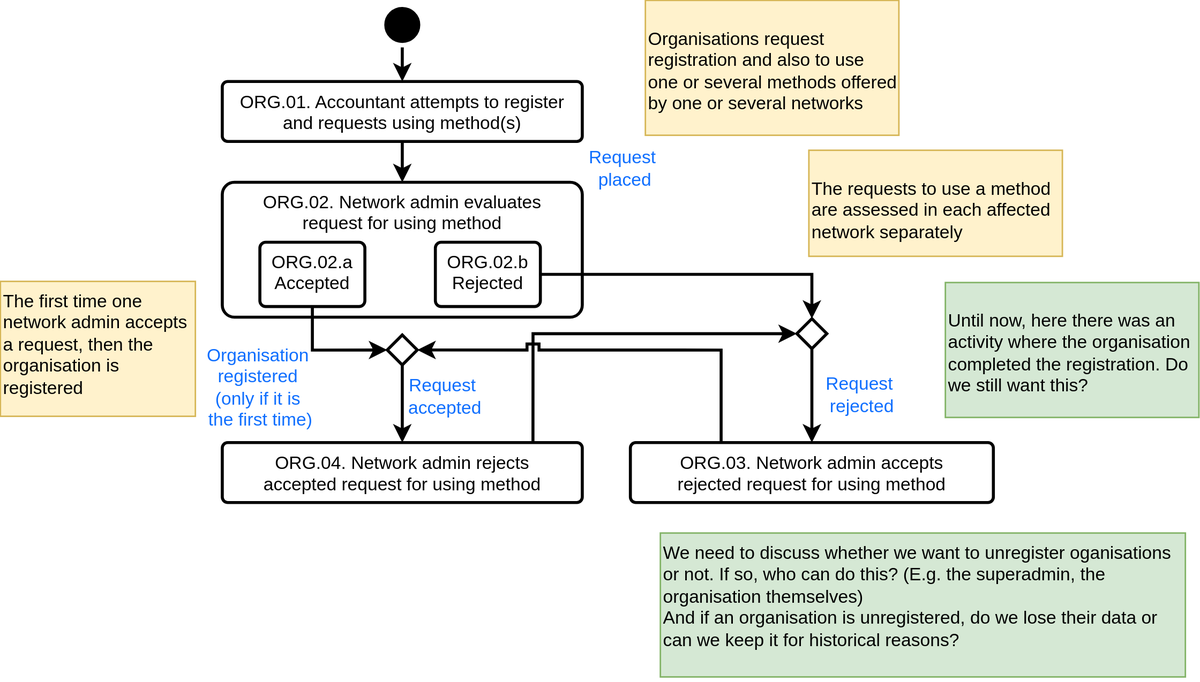
Before: Process/ProcessORG.svg, a diagram exported from draw.io (Show-your-Heart/ShowYourHeart-docs). Source tidied: cells renumbered, new cells last; positions are measured from the earlier drawing's top-left corner, leaving out a move shared by most shapes. The source it was exported from:
```xml
<mxGraphModel>
  <root>
    <mxCell id="0" />
    <mxCell id="1" parent="0" />
    <mxCell id="2" style="edgeStyle=orthogonalEdgeStyle;rounded=0;jumpStyle=sharp;jettySize=auto;html=1;entryX=0.5;entryY=0;entryDx=0;entryDy=0;startArrow=none;exitX=0.5;exitY=1;exitDx=0;exitDy=0;strokeWidth=2;" parent="1" edge="1" source="7" target="4">
      <mxGeometry relative="1" as="geometry" />
    </mxCell>
    <mxCell id="3" style="edgeStyle=orthogonalEdgeStyle;rounded=0;jumpStyle=sharp;jettySize=auto;html=1;startArrow=none;exitX=0.863;exitY=0.009;exitDx=0;exitDy=0;strokeWidth=2;entryX=0;entryY=0.5;entryDx=0;entryDy=0;exitPerimeter=0;" parent="1" edge="1" source="8" target="22">
      <mxGeometry relative="1" as="geometry" />
    </mxCell>
    <mxCell id="4" value="ORG.02. Network admin evaluates request for using method" style="rounded=1;whiteSpace=wrap;html=1;shadow=0;verticalAlign=top;spacingLeft=10;spacingRight=10;arcSize=9;strokeWidth=2;" parent="1" vertex="1">
      <mxGeometry x="147.9" y="121.4" width="240" height="90" as="geometry" />
    </mxCell>
    <mxCell id="5" style="edgeStyle=orthogonalEdgeStyle;rounded=0;jumpStyle=sharp;jettySize=auto;html=1;startArrow=none;entryX=0.5;entryY=0;entryDx=0;entryDy=0;exitX=0.5;exitY=1;exitDx=0;exitDy=0;strokeWidth=2;" parent="1" edge="1" source="22" target="13">
      <mxGeometry relative="1" as="geometry" />
    </mxCell>
    <mxCell id="6" style="ellipse;html=1;shape=startState;fillColor=#000000;strokeWidth=2;" parent="1" vertex="1">
      <mxGeometry x="252.9" y="1.4" width="30" height="30" as="geometry" />
    </mxCell>
    <mxCell id="7" value="ORG.01. Accountant attempts to register and requests using method(s)" style="rounded=1;whiteSpace=wrap;html=1;shadow=0;verticalAlign=top;spacingLeft=10;spacingRight=10;arcSize=9;strokeWidth=2;" parent="1" vertex="1">
      <mxGeometry x="147.9" y="54.1" width="240" height="40" as="geometry" />
    </mxCell>
    <mxCell id="8" value="ORG.04. Network admin rejects accepted request for using method " style="rounded=1;whiteSpace=wrap;html=1;shadow=0;verticalAlign=top;spacingLeft=10;spacingRight=10;arcSize=9;strokeWidth=2;" parent="1" vertex="1">
      <mxGeometry x="147.9" y="295" width="240" height="40" as="geometry" />
    </mxCell>
    <mxCell id="9" style="edgeStyle=orthogonalEdgeStyle;rounded=0;jumpStyle=sharp;jettySize=auto;html=1;startArrow=none;exitX=0.5;exitY=1;exitDx=0;exitDy=0;strokeWidth=2;entryX=0;entryY=0.5;entryDx=0;entryDy=0;" parent="1" edge="1" source="11" target="18">
      <mxGeometry relative="1" as="geometry" />
    </mxCell>
    <mxCell id="10" style="rounded=0;jumpStyle=sharp;jettySize=auto;html=1;entryX=0.5;entryY=0;entryDx=0;entryDy=0;startArrow=none;strokeWidth=2;exitX=0.5;exitY=1;exitDx=0;exitDy=0;" parent="1" edge="1" source="6" target="7">
      <mxGeometry relative="1" as="geometry" />
    </mxCell>
    <mxCell id="11" value="ORG.02.a &lt;br&gt;Accepted" style="rounded=1;whiteSpace=wrap;html=1;shadow=0;verticalAlign=top;spacingLeft=10;spacingRight=10;arcSize=9;strokeWidth=2;" parent="1" vertex="1">
      <mxGeometry x="173" y="161.4" width="70" height="42.9" as="geometry" />
    </mxCell>
    <mxCell id="12" value="ORG.02.b&lt;div&gt;Rejected&lt;br&gt;&lt;/div&gt;" style="rounded=1;whiteSpace=wrap;html=1;shadow=0;verticalAlign=top;spacingLeft=10;spacingRight=10;arcSize=9;strokeWidth=2;" parent="1" vertex="1">
      <mxGeometry x="290" y="161.4" width="70" height="42.9" as="geometry" />
    </mxCell>
    <mxCell id="13" value="ORG.03. Network admin accepts rejected request for using method" style="rounded=1;whiteSpace=wrap;html=1;shadow=0;verticalAlign=top;spacingLeft=10;spacingRight=10;arcSize=9;strokeWidth=2;" parent="1" vertex="1">
      <mxGeometry x="420" y="295" width="242" height="40" as="geometry" />
    </mxCell>
    <mxCell id="14" value="&lt;div&gt;&lt;span style=&quot;color: rgb(15, 111, 255);&quot;&gt;Request&amp;nbsp;&lt;/span&gt;&lt;/div&gt;&lt;div&gt;&lt;span style=&quot;color: rgb(15, 111, 255);&quot;&gt;rejected&lt;/span&gt;&lt;/div&gt;" style="text;html=1;align=center;verticalAlign=middle;strokeColor=none;fillColor=none;" parent="1" vertex="1">
      <mxGeometry x="539" y="243.2" width="70" height="40" as="geometry" />
    </mxCell>
    <mxCell id="15" value="&lt;p&gt;Organisations request registration and also to use one or several methods offered by one or several networks&lt;br&gt;&lt;/p&gt;" style="text;html=1;whiteSpace=wrap;overflow=hidden;rounded=0;fillColor=#fff2cc;strokeColor=#d6b656;" parent="1" vertex="1">
      <mxGeometry x="430" width="169" height="90" as="geometry" />
    </mxCell>
    <mxCell id="16" value="&lt;div&gt;&lt;span style=&quot;color: rgb(15, 111, 255);&quot;&gt;Request&amp;nbsp;&lt;/span&gt;&lt;/div&gt;&lt;div&gt;&lt;span style=&quot;color: rgb(15, 111, 255);&quot;&gt;accepted&lt;/span&gt;&lt;/div&gt;" style="text;html=1;align=center;verticalAlign=middle;strokeColor=none;fillColor=none;" parent="1" vertex="1">
      <mxGeometry x="260.5" y="244.2" width="70" height="40" as="geometry" />
    </mxCell>
    <mxCell id="17" style="edgeStyle=orthogonalEdgeStyle;rounded=0;jumpStyle=sharp;jettySize=auto;html=1;startArrow=none;entryX=1;entryY=0.5;entryDx=0;entryDy=0;exitX=0.25;exitY=0;exitDx=0;exitDy=0;strokeWidth=2;" parent="1" edge="1" source="13" target="18">
      <mxGeometry relative="1" as="geometry" />
    </mxCell>
    <mxCell id="18" style="rhombus;whiteSpace=wrap;html=1;strokeWidth=2;" parent="1" vertex="1">
      <mxGeometry x="257.9" y="223.2" width="20" height="20" as="geometry" />
    </mxCell>
    <mxCell id="19" style="edgeStyle=orthogonalEdgeStyle;rounded=0;jumpStyle=sharp;jettySize=auto;html=1;startArrow=none;entryX=0.5;entryY=0;entryDx=0;entryDy=0;strokeWidth=2;exitX=0.5;exitY=1;exitDx=0;exitDy=0;" parent="1" edge="1" source="18" target="8">
      <mxGeometry relative="1" as="geometry" />
    </mxCell>
    <mxCell id="20" value="The first time one network admin accepts a request, then the organisation is registered" style="text;html=1;whiteSpace=wrap;overflow=hidden;rounded=0;fillColor=#fff2cc;strokeColor=#d6b656;" parent="1" vertex="1">
      <mxGeometry y="187.5" width="130" height="90" as="geometry" />
    </mxCell>
    <mxCell id="21" style="edgeStyle=orthogonalEdgeStyle;rounded=0;jumpStyle=sharp;jettySize=auto;html=1;startArrow=none;entryX=0.5;entryY=0;entryDx=0;entryDy=0;exitX=1;exitY=0.5;exitDx=0;exitDy=0;strokeWidth=2;" parent="1" edge="1" source="12" target="22">
      <mxGeometry relative="1" as="geometry" />
    </mxCell>
    <mxCell id="22" style="rhombus;whiteSpace=wrap;html=1;strokeWidth=2;" parent="1" vertex="1">
      <mxGeometry x="531" y="212.4" width="20" height="20" as="geometry" />
    </mxCell>
    <mxCell id="23" value="&lt;div&gt;We need to discuss whether we want to unregister oganisations or not. If so, who can do this? (E.g. the superadmin, the organisation themselves)&amp;nbsp;&lt;/div&gt;&lt;div&gt;And if an organisation is unregistered, do we lose their data or can we keep it for historical reasons?&lt;/div&gt;" style="text;html=1;whiteSpace=wrap;overflow=hidden;rounded=0;fillColor=#d5e8d4;strokeColor=#82b366;" parent="1" vertex="1">
      <mxGeometry x="440" y="355.4" width="350" height="96" as="geometry" />
    </mxCell>
    <mxCell id="24" value="&lt;p&gt;Until now, here there was an activity where the organisation completed the registration. Do we still want this?&lt;/p&gt;" style="text;html=1;whiteSpace=wrap;overflow=hidden;rounded=0;fillColor=#d5e8d4;strokeColor=#82b366;" parent="1" vertex="1">
      <mxGeometry x="630" y="188.2" width="169" height="90" as="geometry" />
    </mxCell>
    <mxCell id="25" value="&lt;p&gt;The requests to use a method are assessed in each affected network separately&lt;br&gt;&lt;/p&gt;" style="text;html=1;whiteSpace=wrap;overflow=hidden;rounded=0;fillColor=#fff2cc;strokeColor=#d6b656;" parent="1" vertex="1">
      <mxGeometry x="539" y="100" width="169" height="70.8" as="geometry" />
    </mxCell>
    <mxCell id="26" value="&lt;div&gt;&lt;span style=&quot;color: rgb(15, 111, 255);&quot;&gt;Request&amp;nbsp;&lt;/span&gt;&lt;/div&gt;&lt;div&gt;&lt;span style=&quot;color: rgb(15, 111, 255);&quot;&gt;placed&lt;/span&gt;&lt;/div&gt;" style="text;html=1;align=center;verticalAlign=middle;strokeColor=none;fillColor=none;" parent="1" vertex="1">
      <mxGeometry x="381" y="92" width="70" height="40" as="geometry" />
    </mxCell>
    <mxCell id="27" value="&lt;div&gt;Organisation&amp;nbsp;&lt;/div&gt;&lt;div&gt;registered&amp;nbsp;&lt;/div&gt;&lt;div&gt;(only if it is&amp;nbsp;&lt;/div&gt;&lt;div&gt;the first time)&lt;/div&gt;" style="text;html=1;align=center;verticalAlign=middle;strokeColor=none;fillColor=none;fontColor=#0F6FFF;" parent="1" vertex="1">
      <mxGeometry x="128" y="223.2" width="90" height="70" as="geometry" />
    </mxCell>
  </root>
</mxGraphModel>
```
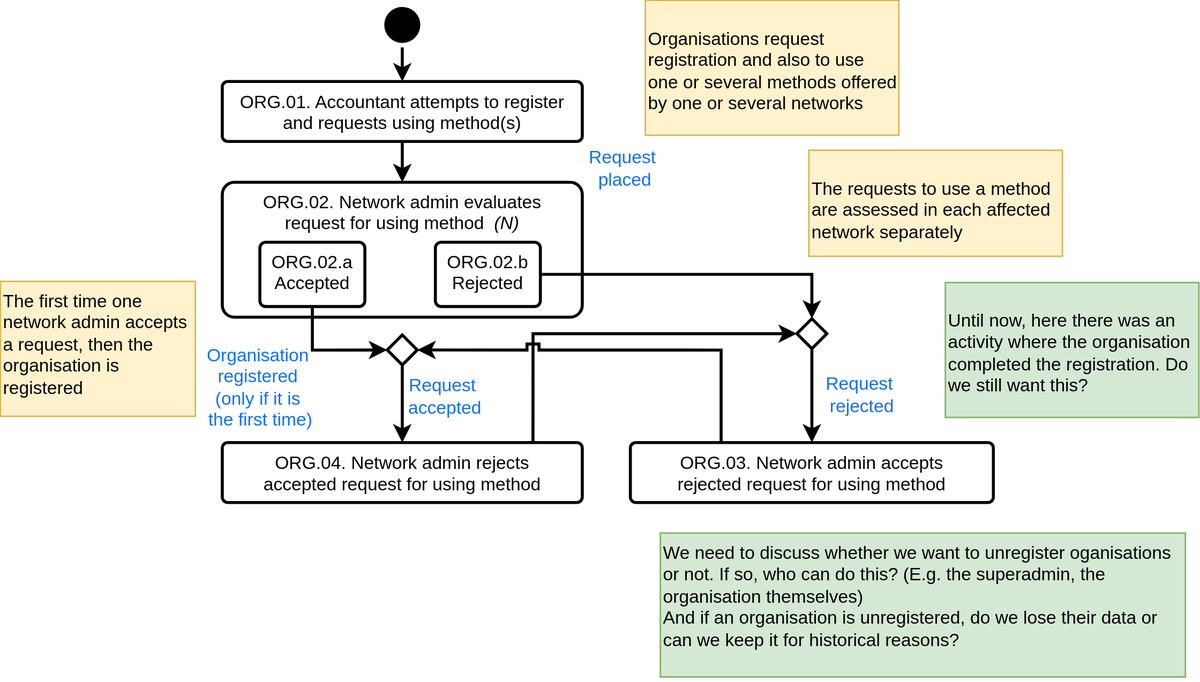
Later version of the same file.

The edit, as a diff of the source:
```diff
@@ -8,7 +8,7 @@
     <mxCell id="3" style="edgeStyle=orthogonalEdgeStyle;rounded=0;jumpStyle=sharp;jettySize=auto;html=1;startArrow=none;exitX=0.863;exitY=0.009;exitDx=0;exitDy=0;strokeWidth=2;entryX=0;entryY=0.5;entryDx=0;entryDy=0;exitPerimeter=0;" parent="1" edge="1" source="8" target="22">
       <mxGeometry relative="1" as="geometry" />
     </mxCell>
-    <mxCell id="4" value="ORG.02. Network admin evaluates request for using method" style="rounded=1;whiteSpace=wrap;html=1;shadow=0;verticalAlign=top;spacingLeft=10;spacingRight=10;arcSize=9;strokeWidth=2;" parent="1" vertex="1">
+    <mxCell id="4" value="ORG.02. Network admin evaluates request for using method&amp;nbsp;&lt;i&gt; (N)&lt;/i&gt;" style="rounded=1;whiteSpace=wrap;html=1;shadow=0;verticalAlign=top;spacingLeft=10;spacingRight=10;arcSize=9;strokeWidth=2;" parent="1" vertex="1">
       <mxGeometry x="147.9" y="121.4" width="240" height="90" as="geometry" />
     </mxCell>
     <mxCell id="5" style="edgeStyle=orthogonalEdgeStyle;rounded=0;jumpStyle=sharp;jettySize=auto;html=1;startArrow=none;entryX=0.5;entryY=0;entryDx=0;entryDy=0;exitX=0.5;exitY=1;exitDx=0;exitDy=0;strokeWidth=2;" parent="1" edge="1" source="22" target="13">
```
